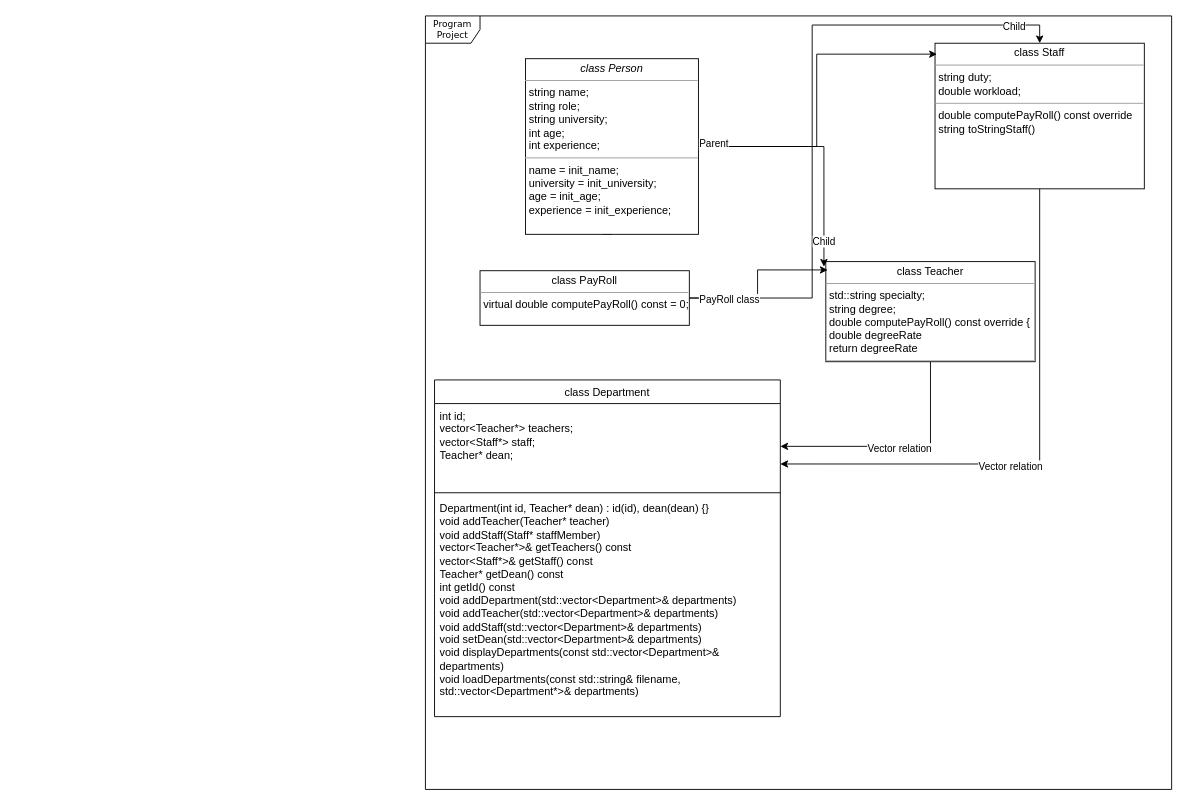
MonishKD/ProgramProject keeps this draw.io diagram as Untitled Diagram.drawio. Above is the earlier version. Source tidied: cells renumbered, new cells numbered last; positions are measured from the earlier drawing's top-left corner, leaving out a move shared by most shapes. Both pictures are drawn from the tidied source at 91%, with x=0, y=0 at pixel (425, 15).
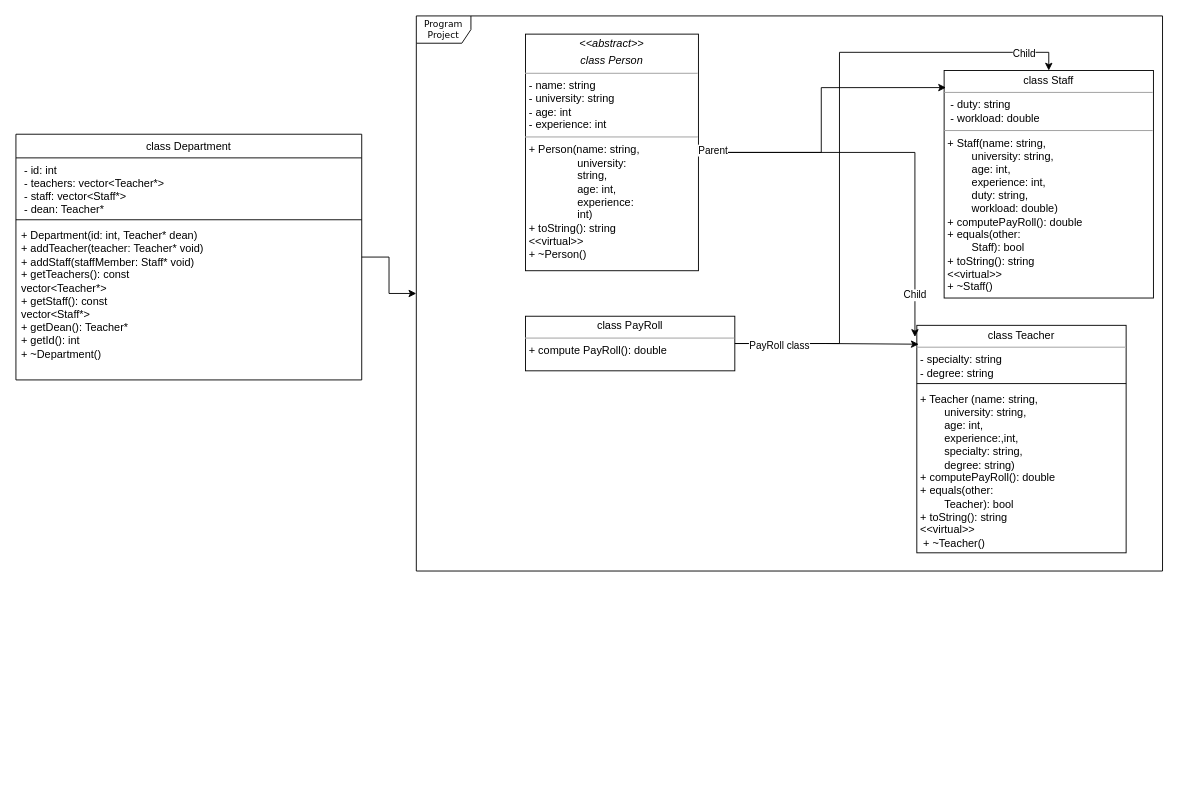
The same page after the edit.

Change to the diagram source:
```diff
@@
     <mxCell id="2" value="Program Project" style="shape=umlFrame;whiteSpace=wrap;html=1;rounded=0;shadow=0;comic=0;labelBackgroundColor=none;strokeWidth=1;fontFamily=Verdana;fontSize=10;align=center;" parent="1" vertex="1">
-      <mxGeometry width="820" height="850" as="geometry" />
+      <mxGeometry x="-10" width="820" height="610" as="geometry" />
     </mxCell>
-    <mxCell id="3" style="edgeStyle=orthogonalEdgeStyle;rounded=0;jettySize=auto;html=1;exitX=0.5;exitY=1;exitDx=0;exitDy=0;" parent="1" edge="1" source="4">
-      <mxGeometry relative="1" as="geometry">
-        <mxPoint x="195" y="210" as="targetPoint" />
-      </mxGeometry>
-    </mxCell>
-    <mxCell id="4" value="&lt;p style=&quot;margin:0px;margin-top:4px;text-align:center;&quot;&gt;&lt;i&gt;class Person&lt;/i&gt;&lt;/p&gt;&lt;hr size=&quot;1&quot;&gt;&lt;p style=&quot;margin:0px;margin-left:4px;&quot;&gt;string name;&amp;nbsp;&lt;/p&gt;&lt;p style=&quot;margin:0px;margin-left:4px;&quot;&gt;string role;&amp;nbsp;&lt;/p&gt;&lt;p style=&quot;margin:0px;margin-left:4px;&quot;&gt;string university;&amp;nbsp;&lt;/p&gt;&lt;p style=&quot;margin:0px;margin-left:4px;&quot;&gt;int age;&amp;nbsp;&lt;/p&gt;&lt;p style=&quot;margin:0px;margin-left:4px;&quot;&gt;int experience;&amp;nbsp;&lt;/p&gt;&lt;hr size=&quot;1&quot;&gt;&lt;p style=&quot;margin:0px;margin-left:4px;&quot;&gt;name = init_name;&amp;nbsp;&lt;/p&gt;&lt;p style=&quot;margin:0px;margin-left:4px;&quot;&gt;university = init_university;&amp;nbsp;&lt;/p&gt;&lt;p style=&quot;margin:0px;margin-left:4px;&quot;&gt;age = init_age;&amp;nbsp;&lt;/p&gt;&lt;p style=&quot;margin:0px;margin-left:4px;&quot;&gt;experience = init_experience;&amp;nbsp;&lt;/p&gt;" style="verticalAlign=top;align=left;overflow=fill;fontSize=12;fontFamily=Helvetica;html=1;rounded=0;shadow=0;comic=0;labelBackgroundColor=none;strokeWidth=1;" parent="1" vertex="1">
-      <mxGeometry x="110" y="47" width="190" height="193" as="geometry" />
+    <mxCell id="4" value="&lt;p style=&quot;margin:0px;margin-top:4px;text-align:center;&quot;&gt;&lt;i&gt;&amp;lt;&amp;lt;abstract&amp;gt;&amp;gt;&lt;/i&gt;&lt;/p&gt;&lt;p style=&quot;margin:0px;margin-top:4px;text-align:center;&quot;&gt;&lt;i&gt;class Person&lt;/i&gt;&lt;/p&gt;&lt;hr size=&quot;1&quot;&gt;&lt;p style=&quot;margin:0px;margin-left:4px;&quot;&gt;- name: string&lt;/p&gt;&lt;p style=&quot;margin:0px;margin-left:4px;&quot;&gt;- university: string&lt;/p&gt;&lt;p style=&quot;margin:0px;margin-left:4px;&quot;&gt;- age: int&lt;/p&gt;&lt;p style=&quot;margin:0px;margin-left:4px;&quot;&gt;- experience: int&lt;/p&gt;&lt;hr size=&quot;1&quot;&gt;&lt;p style=&quot;margin:0px;margin-left:4px;&quot;&gt;+ Person(name: string,&amp;nbsp;&lt;/p&gt;&lt;p style=&quot;margin:0px;margin-left:4px;&quot;&gt;&lt;span style=&quot;background-color: initial;&quot;&gt;&amp;nbsp; &amp;nbsp; &amp;nbsp; &amp;nbsp; &amp;nbsp; &amp;nbsp; &amp;nbsp; &amp;nbsp; university:&amp;nbsp; &amp;nbsp;&amp;nbsp;&lt;/span&gt;&lt;/p&gt;&lt;p style=&quot;margin:0px;margin-left:4px;&quot;&gt;&amp;nbsp; &amp;nbsp; &amp;nbsp; &amp;nbsp; &amp;nbsp; &amp;nbsp; &amp;nbsp; &amp;nbsp; string,&amp;nbsp; &amp;nbsp; &amp;nbsp; &amp;nbsp;&lt;/p&gt;&lt;p style=&quot;margin:0px;margin-left:4px;&quot;&gt;&amp;nbsp; &amp;nbsp; &amp;nbsp; &amp;nbsp; &amp;nbsp; &amp;nbsp; &amp;nbsp; &amp;nbsp; age: int,&amp;nbsp; &amp;nbsp; &amp;nbsp;&amp;nbsp;&lt;/p&gt;&lt;p style=&quot;margin:0px;margin-left:4px;&quot;&gt;&amp;nbsp; &amp;nbsp; &amp;nbsp; &amp;nbsp; &amp;nbsp; &amp;nbsp; &amp;nbsp; &amp;nbsp; experience:&amp;nbsp; &amp;nbsp;&amp;nbsp;&lt;/p&gt;&lt;p style=&quot;margin:0px;margin-left:4px;&quot;&gt;&amp;nbsp; &amp;nbsp; &amp;nbsp; &amp;nbsp; &amp;nbsp; &amp;nbsp; &amp;nbsp; &amp;nbsp; int)&amp;nbsp; &amp;nbsp; &amp;nbsp; &amp;nbsp; &amp;nbsp;&amp;nbsp;&lt;/p&gt;&lt;p style=&quot;margin:0px;margin-left:4px;&quot;&gt;+ toString(): string&amp;nbsp; &amp;nbsp;&lt;/p&gt;&lt;p style=&quot;margin:0px;margin-left:4px;&quot;&gt;&amp;lt;&amp;lt;virtual&amp;gt;&amp;gt;&amp;nbsp; &amp;nbsp; &amp;nbsp; &amp;nbsp; &amp;nbsp; &amp;nbsp; &amp;nbsp;&lt;/p&gt;&lt;p style=&quot;margin:0px;margin-left:4px;&quot;&gt;+ ~Person()&amp;nbsp; &amp;nbsp;&amp;nbsp;&lt;/p&gt;" style="verticalAlign=top;align=left;overflow=fill;fontSize=12;fontFamily=Helvetica;html=1;rounded=0;shadow=0;comic=0;labelBackgroundColor=none;strokeWidth=1;" parent="1" vertex="1">
+      <mxGeometry x="110" y="20" width="190" height="260" as="geometry" />
     </mxCell>
-    <mxCell id="5" style="edgeStyle=orthogonalEdgeStyle;rounded=0;jettySize=auto;html=1;" parent="1" edge="1" source="7" target="19">
-      <mxGeometry relative="1" as="geometry" />
-    </mxCell>
-    <mxCell id="6" value="Vector relation" style="edgeLabel;html=1;align=center;verticalAlign=middle;" parent="5" vertex="1">
-      <mxGeometry x="-0.01" y="2" relative="1" as="geometry" />
-    </mxCell>
-    <mxCell id="7" value="&lt;p style=&quot;margin:0px;margin-top:4px;text-align:center;&quot;&gt;class Teacher&lt;/p&gt;&lt;hr size=&quot;1&quot;&gt;&lt;p style=&quot;margin:0px;margin-left:4px;&quot;&gt;std::string specialty;&lt;/p&gt;&lt;p style=&quot;margin:0px;margin-left:4px;&quot;&gt;string degree;&lt;/p&gt;&lt;p style=&quot;margin:0px;margin-left:4px;&quot;&gt;double computePayRoll() const override {&lt;br&gt;&lt;/p&gt;&lt;p style=&quot;margin:0px;margin-left:4px;&quot;&gt;double degreeRate&lt;br&gt;&lt;/p&gt;&lt;p style=&quot;margin:0px;margin-left:4px;&quot;&gt;return degreeRate&lt;/p&gt;&lt;hr size=&quot;1&quot;&gt;&lt;p style=&quot;margin:0px;margin-left:4px;&quot;&gt;&lt;br&gt;&lt;/p&gt;" style="verticalAlign=top;align=left;overflow=fill;fontSize=12;fontFamily=Helvetica;html=1;rounded=0;shadow=0;comic=0;labelBackgroundColor=none;strokeWidth=1;" parent="1" vertex="1">
-      <mxGeometry x="440" y="270" width="230" height="110" as="geometry" />
+    <mxCell id="7" value="&lt;p style=&quot;margin:0px;margin-top:4px;text-align:center;&quot;&gt;class Teacher&lt;/p&gt;&lt;hr size=&quot;1&quot;&gt;&lt;p style=&quot;margin:0px;margin-left:4px;&quot;&gt;&lt;/p&gt;&lt;p style=&quot;margin:0px;margin-left:4px;&quot;&gt;&lt;span style=&quot;background-color: initial;&quot;&gt;- specialty:&amp;nbsp;&lt;/span&gt;&lt;span style=&quot;background-color: initial;&quot;&gt;string&amp;nbsp; &amp;nbsp;&lt;/span&gt;&lt;br&gt;&lt;/p&gt;&lt;p style=&quot;margin:0px;margin-left:4px;&quot;&gt;- degree:&amp;nbsp;&lt;span style=&quot;background-color: initial;&quot;&gt;string&amp;nbsp;&amp;nbsp;&lt;/span&gt;&lt;/p&gt;&lt;p style=&quot;margin:0px;margin-left:4px;&quot;&gt;&lt;span style=&quot;background-color: initial;&quot;&gt;&lt;br&gt;&lt;/span&gt;&lt;/p&gt;&lt;p style=&quot;margin:0px;margin-left:4px;&quot;&gt;+ Teacher (name:&amp;nbsp;&lt;span style=&quot;background-color: initial;&quot;&gt;string,&amp;nbsp;&lt;/span&gt;&lt;/p&gt;&lt;p style=&quot;margin:0px;margin-left:4px;&quot;&gt;&lt;span style=&quot;background-color: initial;&quot;&gt;&lt;span style=&quot;white-space: pre;&quot;&gt;&#9;&lt;/span&gt;university:&amp;nbsp;&lt;/span&gt;&lt;span style=&quot;background-color: initial;&quot;&gt;string,&amp;nbsp;&amp;nbsp;&lt;/span&gt;&lt;/p&gt;&lt;p style=&quot;margin:0px;margin-left:4px;&quot;&gt;&lt;span style=&quot;white-space: pre;&quot;&gt;&#9;&lt;/span&gt;age: int,&amp;nbsp; &amp;nbsp; &amp;nbsp;&lt;/p&gt;&lt;p style=&quot;margin:0px;margin-left:4px;&quot;&gt;&lt;span style=&quot;background-color: initial;&quot;&gt;&lt;span style=&quot;white-space: pre;&quot;&gt;&#9;&lt;/span&gt;experience:,&lt;/span&gt;&lt;span style=&quot;background-color: initial;&quot;&gt;int,&amp;nbsp; &amp;nbsp; &amp;nbsp; &amp;nbsp;&lt;/span&gt;&lt;/p&gt;&lt;p style=&quot;margin:0px;margin-left:4px;&quot;&gt;&lt;span style=&quot;background-color: initial;&quot;&gt;&lt;span style=&quot;white-space: pre;&quot;&gt;&#9;&lt;/span&gt;specialty:&lt;/span&gt;&lt;span style=&quot;background-color: initial;&quot;&gt;&amp;nbsp;string,&amp;nbsp;&lt;/span&gt;&lt;/p&gt;&lt;p style=&quot;margin:0px;margin-left:4px;&quot;&gt;&lt;span style=&quot;white-space: pre;&quot;&gt;&#9;&lt;/span&gt;degree:&amp;nbsp;&lt;span style=&quot;background-color: initial;&quot;&gt;string)&amp;nbsp; &amp;nbsp; &amp;nbsp;&amp;nbsp;&lt;/span&gt;&lt;/p&gt;&lt;p style=&quot;margin:0px;margin-left:4px;&quot;&gt;+ computePayRoll():&amp;nbsp;&lt;span style=&quot;background-color: initial;&quot;&gt;double&amp;nbsp;&lt;/span&gt;&lt;/p&gt;&lt;p style=&quot;margin:0px;margin-left:4px;&quot;&gt;+ equals(other:&amp;nbsp;&amp;nbsp;&lt;/p&gt;&lt;p style=&quot;margin:0px;margin-left:4px;&quot;&gt;&lt;span style=&quot;background-color: initial;&quot;&gt;&lt;span style=&quot;white-space: pre;&quot;&gt;&#9;&lt;/span&gt;Teacher):&lt;/span&gt;&lt;span style=&quot;background-color: initial;&quot;&gt;&amp;nbsp;bool&amp;nbsp; &amp;nbsp;&lt;/span&gt;&lt;/p&gt;&lt;p style=&quot;margin:0px;margin-left:4px;&quot;&gt;+ toString(): string&amp;nbsp; &amp;nbsp;&lt;/p&gt;&lt;p style=&quot;margin:0px;margin-left:4px;&quot;&gt;&lt;span style=&quot;background-color: initial;&quot;&gt;&amp;lt;&amp;lt;virtual&amp;gt;&amp;gt;&amp;nbsp; &amp;nbsp; &amp;nbsp; &amp;nbsp; &amp;nbsp; &amp;nbsp;&amp;nbsp;&lt;/span&gt;&lt;/p&gt;&lt;p style=&quot;margin:0px;margin-left:4px;&quot;&gt;&lt;span style=&quot;background-color: initial;&quot;&gt;&amp;nbsp;+ ~Teacher()&amp;nbsp;&lt;/span&gt;&lt;/p&gt;" style="verticalAlign=top;align=left;overflow=fill;fontSize=12;fontFamily=Helvetica;html=1;rounded=0;shadow=0;comic=0;labelBackgroundColor=none;strokeWidth=1;" parent="1" vertex="1">
+      <mxGeometry x="540" y="340" width="230" height="250" as="geometry" />
     </mxCell>
@@
-    <mxCell id="10" value="&lt;p style=&quot;margin:0px;margin-top:4px;text-align:center;&quot;&gt;class PayRoll&lt;/p&gt;&lt;hr size=&quot;1&quot;&gt;&lt;p style=&quot;margin:0px;margin-left:4px;&quot;&gt;virtual double computePayRoll() const = 0;&lt;br&gt;&lt;/p&gt;&lt;p style=&quot;margin:0px;margin-left:4px;&quot;&gt;&lt;br&gt;&lt;/p&gt;" style="verticalAlign=top;align=left;overflow=fill;fontSize=12;fontFamily=Helvetica;html=1;rounded=0;shadow=0;comic=0;labelBackgroundColor=none;strokeWidth=1;" parent="1" vertex="1">
-      <mxGeometry x="60" y="280" width="230" height="60" as="geometry" />
+    <mxCell id="10" value="&lt;p style=&quot;margin:0px;margin-top:4px;text-align:center;&quot;&gt;class PayRoll&lt;/p&gt;&lt;hr size=&quot;1&quot;&gt;&lt;p style=&quot;margin:0px;margin-left:4px;&quot;&gt;+ compute PayRoll(): double&lt;/p&gt;" style="verticalAlign=top;align=left;overflow=fill;fontSize=12;fontFamily=Helvetica;html=1;rounded=0;shadow=0;comic=0;labelBackgroundColor=none;strokeWidth=1;" parent="1" vertex="1">
+      <mxGeometry x="110" y="330" width="230" height="60" as="geometry" />
     </mxCell>
-    <mxCell id="11" value="&lt;p style=&quot;margin:0px;margin-top:4px;text-align:center;&quot;&gt;class Staff&lt;/p&gt;&lt;hr size=&quot;1&quot;&gt;&lt;p style=&quot;margin:0px;margin-left:4px;&quot;&gt;string duty;&lt;/p&gt;&lt;p style=&quot;margin:0px;margin-left:4px;&quot;&gt;double workload;&lt;/p&gt;&lt;hr size=&quot;1&quot;&gt;&lt;p style=&quot;margin:0px;margin-left:4px;&quot;&gt;double computePayRoll() const override&lt;br&gt;&lt;/p&gt;&lt;p style=&quot;margin:0px;margin-left:4px;&quot;&gt;string toStringStaff()&lt;br&gt;&lt;/p&gt;&lt;p style=&quot;margin:0px;margin-left:4px;&quot;&gt;&lt;br&gt;&lt;/p&gt;" style="verticalAlign=top;align=left;overflow=fill;fontSize=12;fontFamily=Helvetica;html=1;rounded=0;shadow=0;comic=0;labelBackgroundColor=none;strokeWidth=1;" parent="1" vertex="1">
-      <mxGeometry x="560" y="30" width="230" height="160" as="geometry" />
+    <mxCell id="11" value="&lt;p style=&quot;margin:0px;margin-top:4px;text-align:center;&quot;&gt;class Staff&lt;/p&gt;&lt;hr size=&quot;1&quot;&gt;&lt;p style=&quot;margin:0px;margin-left:4px;&quot;&gt;&amp;nbsp;- duty: string&lt;/p&gt;&lt;p style=&quot;margin:0px;margin-left:4px;&quot;&gt;&amp;nbsp;- workload: double&lt;/p&gt;&lt;hr size=&quot;1&quot;&gt;&lt;p style=&quot;margin:0px;margin-left:4px;&quot;&gt;+ Staff(name: string,&lt;/p&gt;&lt;p style=&quot;margin:0px;margin-left:4px;&quot;&gt;&amp;nbsp;&lt;span style=&quot;white-space: pre;&quot;&gt;&#9;&lt;/span&gt;university:&amp;nbsp;&lt;span style=&quot;background-color: initial;&quot;&gt;string,&amp;nbsp;&lt;/span&gt;&lt;/p&gt;&lt;p style=&quot;margin:0px;margin-left:4px;&quot;&gt;&lt;span style=&quot;white-space: pre;&quot;&gt;&#9;&lt;/span&gt;age: int,&amp;nbsp; &amp;nbsp; &amp;nbsp;&lt;/p&gt;&lt;p style=&quot;margin:0px;margin-left:4px;&quot;&gt;&amp;nbsp; &amp;nbsp; &amp;nbsp; &amp;nbsp; experience: i&lt;span style=&quot;background-color: initial;&quot;&gt;nt,&amp;nbsp;&lt;/span&gt;&lt;/p&gt;&lt;p style=&quot;margin:0px;margin-left:4px;&quot;&gt;&lt;span style=&quot;background-color: initial;&quot;&gt;&lt;span style=&quot;white-space: pre;&quot;&gt;&#9;&lt;/span&gt;duty: string,&amp;nbsp; &amp;nbsp; &amp;nbsp; &amp;nbsp;&lt;/span&gt;&lt;/p&gt;&lt;p style=&quot;margin:0px;margin-left:4px;&quot;&gt;&amp;nbsp; &amp;nbsp; &amp;nbsp; &amp;nbsp; workload:&amp;nbsp;&lt;span style=&quot;background-color: initial;&quot;&gt;double)&amp;nbsp; &amp;nbsp; &amp;nbsp;&amp;nbsp;&lt;/span&gt;&lt;/p&gt;&lt;p style=&quot;margin:0px;margin-left:4px;&quot;&gt;+ computePayRoll():&amp;nbsp;&lt;span style=&quot;background-color: initial;&quot;&gt;double&amp;nbsp; &amp;nbsp; &amp;nbsp;&amp;nbsp;&lt;/span&gt;&lt;/p&gt;&lt;p style=&quot;margin:0px;margin-left:4px;&quot;&gt;+ equals(other:&amp;nbsp; &amp;nbsp;&amp;nbsp;&lt;/p&gt;&lt;p style=&quot;margin:0px;margin-left:4px;&quot;&gt;&lt;span style=&quot;white-space: pre;&quot;&gt;&#9;&lt;/span&gt;Staff): bool&amp;nbsp;&lt;/p&gt;&lt;p style=&quot;margin:0px;margin-left:4px;&quot;&gt;+ toString(): string&lt;/p&gt;&lt;p style=&quot;margin:0px;margin-left:4px;&quot;&gt;&amp;lt;&amp;lt;virtual&amp;gt;&amp;gt;&amp;nbsp; &amp;nbsp; &amp;nbsp; &amp;nbsp;&amp;nbsp;&lt;/p&gt;&lt;p style=&quot;margin:0px;margin-left:4px;&quot;&gt;+ ~Staff()&amp;nbsp; &amp;nbsp;&amp;nbsp;&lt;/p&gt;&lt;p style=&quot;margin:0px;margin-left:4px;&quot;&gt;&lt;br&gt;&lt;/p&gt;" style="verticalAlign=top;align=left;overflow=fill;fontSize=12;fontFamily=Helvetica;html=1;rounded=0;shadow=0;comic=0;labelBackgroundColor=none;strokeWidth=1;" parent="1" vertex="1">
+      <mxGeometry x="570" y="60" width="230" height="250" as="geometry" />
     </mxCell>
@@
+    <mxCell id="24" style="edgeStyle=orthogonalEdgeStyle;rounded=0;jettySize=auto;html=1;" parent="1" edge="1" source="18" target="2">
+      <mxGeometry relative="1" as="geometry" />
+    </mxCell>
     <mxCell id="18" value="&lt;span style=&quot;font-weight: 400;&quot;&gt;class Department&lt;/span&gt;" style="swimlane;fontStyle=1;align=center;verticalAlign=top;horizontal=1;startSize=26;whiteSpace=wrap;html=1;" parent="1" vertex="1">
-      <mxGeometry x="10" y="400" width="380" height="370" as="geometry" />
+      <mxGeometry x="-450" y="130" width="380" height="270" as="geometry" />
     </mxCell>
-    <mxCell id="19" value="&lt;div&gt;int id;&lt;/div&gt;&lt;div&gt;vector&amp;lt;Teacher*&amp;gt; teachers;&lt;/div&gt;&lt;div&gt;vector&amp;lt;Staff*&amp;gt; staff;&lt;/div&gt;&lt;div&gt;Teacher* dean;&lt;/div&gt;&lt;div&gt;&lt;br&gt;&lt;/div&gt;" style="text;strokeColor=none;fillColor=none;align=left;verticalAlign=top;spacingLeft=4;spacingRight=4;overflow=hidden;points=[[0,0.5],[1,0.5]];portConstraint=eastwest;whiteSpace=wrap;html=1;" parent="18" vertex="1">
-      <mxGeometry y="26" width="380" height="94" as="geometry" />
+    <mxCell id="19" value="&amp;nbsp;- id: int&lt;div&gt;&amp;nbsp;- teachers: vector&amp;lt;Teacher*&amp;gt;&lt;/div&gt;&lt;div&gt;&amp;nbsp;- staff: vector&amp;lt;Staff*&amp;gt;&lt;/div&gt;&lt;div&gt;&amp;nbsp;- dean: Teacher*&lt;/div&gt;" style="text;strokeColor=none;fillColor=none;align=left;verticalAlign=top;spacingLeft=4;spacingRight=4;overflow=hidden;points=[[0,0.5],[1,0.5]];portConstraint=eastwest;whiteSpace=wrap;html=1;" parent="18" vertex="1">
+      <mxGeometry y="26" width="380" height="64" as="geometry" />
     </mxCell>
     <mxCell id="20" style="line;strokeWidth=1;fillColor=none;align=left;verticalAlign=middle;spacingTop=-1;spacingLeft=3;spacingRight=3;labelPosition=right;strokeColor=inherit;" parent="18" vertex="1">
-      <mxGeometry y="120" width="380" height="8" as="geometry" />
+      <mxGeometry y="90" width="380" height="8" as="geometry" />
     </mxCell>
-    <mxCell id="21" value="Department(int id, Teacher* dean) : id(id), dean(dean) {}&lt;div&gt;void addTeacher(Teacher* teacher)&lt;br&gt;&lt;/div&gt;&lt;div&gt;void addStaff(Staff* staffMember)&lt;br&gt;&lt;/div&gt;&lt;div&gt;vector&amp;lt;Teacher*&amp;gt;&amp;amp; getTeachers() const&lt;br&gt;&lt;/div&gt;&lt;div&gt;vector&amp;lt;Staff*&amp;gt;&amp;amp; getStaff() const&lt;br&gt;&lt;/div&gt;&lt;div&gt;Teacher* getDean() const&lt;br&gt;&lt;/div&gt;&lt;div&gt;int getId() const&lt;br&gt;&lt;/div&gt;&lt;div&gt;void addDepartment(std::vector&amp;lt;Department&amp;gt;&amp;amp; departments)&lt;br&gt;&lt;/div&gt;&lt;div&gt;void addTeacher(std::vector&amp;lt;Department&amp;gt;&amp;amp; departments)&lt;br&gt;&lt;/div&gt;&lt;div&gt;void addStaff(std::vector&amp;lt;Department&amp;gt;&amp;amp; departments)&lt;br&gt;&lt;/div&gt;&lt;div&gt;void setDean(std::vector&amp;lt;Department&amp;gt;&amp;amp; departments)&lt;br&gt;&lt;/div&gt;&lt;div&gt;void displayDepartments(const std::vector&amp;lt;Department&amp;gt;&amp;amp; departments)&lt;br&gt;&lt;/div&gt;&lt;div&gt;void loadDepartments(const std::string&amp;amp; filename, std::vector&amp;lt;Department*&amp;gt;&amp;amp; departments)&lt;br&gt;&lt;/div&gt;&lt;div&gt;&lt;br&gt;&lt;/div&gt;&lt;div&gt;&lt;br&gt;&lt;/div&gt;&lt;div&gt;&lt;br&gt;&lt;/div&gt;" style="text;strokeColor=none;fillColor=none;align=left;verticalAlign=top;spacingLeft=4;spacingRight=4;overflow=hidden;whiteSpace=wrap;html=1;" parent="18" vertex="1">
-      <mxGeometry y="128" width="380" height="242" as="geometry" />
+    <mxCell id="21" value="&lt;div&gt;+ Department(id: int,&amp;nbsp;&lt;span style=&quot;background-color: initial;&quot;&gt;Teacher*&amp;nbsp;&lt;/span&gt;&lt;span style=&quot;background-color: initial;&quot;&gt;dean)&amp;nbsp;&amp;nbsp;&lt;/span&gt;&lt;/div&gt;&lt;div&gt;+ addTeacher(teacher:&amp;nbsp;&lt;span style=&quot;background-color: initial;&quot;&gt;Teacher*&amp;nbsp;&lt;/span&gt;&lt;span style=&quot;background-color: initial;&quot;&gt;void)&amp;nbsp;&amp;nbsp;&lt;/span&gt;&lt;/div&gt;&lt;div&gt;+ addStaff(staffMember:&amp;nbsp;&lt;span style=&quot;background-color: initial;&quot;&gt;Staff*&lt;/span&gt;&lt;span style=&quot;background-color: initial;&quot;&gt;&amp;nbsp;void)&lt;/span&gt;&lt;/div&gt;&lt;div&gt;+ getTeachers():&amp;nbsp;&lt;span style=&quot;background-color: initial;&quot;&gt;const&lt;/span&gt;&lt;/div&gt;&lt;div&gt;vector&amp;lt;Teacher*&amp;gt;&lt;/div&gt;&lt;div&gt;&lt;span style=&quot;background-color: initial;&quot;&gt;+ getStaff():&amp;nbsp;&lt;/span&gt;&lt;span style=&quot;background-color: initial;&quot;&gt;const&lt;/span&gt;&lt;/div&gt;&lt;div&gt;vector&amp;lt;Staff*&amp;gt;&amp;nbsp;&lt;/div&gt;&lt;div&gt;&lt;span style=&quot;background-color: initial;&quot;&gt;+ getDean():&amp;nbsp;&lt;/span&gt;&lt;span style=&quot;background-color: initial;&quot;&gt;Teacher*&lt;/span&gt;&lt;/div&gt;&lt;div&gt;&lt;span style=&quot;background-color: initial;&quot;&gt;+ getId():&amp;nbsp;&lt;/span&gt;&lt;span style=&quot;background-color: initial;&quot;&gt;int&amp;nbsp;&amp;nbsp;&lt;/span&gt;&lt;/div&gt;&lt;div&gt;+ ~Department()&amp;nbsp;&lt;br&gt;&lt;/div&gt;" style="text;strokeColor=none;fillColor=none;align=left;verticalAlign=top;spacingLeft=4;spacingRight=4;overflow=hidden;whiteSpace=wrap;html=1;" parent="18" vertex="1">
+      <mxGeometry y="98" width="380" height="172" as="geometry" />
     </mxCell>
-    <mxCell id="22" style="edgeStyle=orthogonalEdgeStyle;rounded=0;jettySize=auto;html=1;entryX=1;entryY=0.706;entryDx=0;entryDy=0;entryPerimeter=0;" parent="1" edge="1" source="11" target="19">
-      <mxGeometry relative="1" as="geometry" />
-    </mxCell>
-    <mxCell id="23" value="Vector relation" style="edgeLabel;html=1;align=center;verticalAlign=middle;" parent="22" vertex="1">
-      <mxGeometry x="0.14" y="2" relative="1" as="geometry" />
-    </mxCell>
+    <mxCell id="25" style="line;strokeWidth=1;fillColor=none;align=left;verticalAlign=middle;spacingTop=-1;spacingLeft=3;spacingRight=3;labelPosition=right;strokeColor=inherit;" parent="1" vertex="1">
+      <mxGeometry x="540" y="400" width="230" height="8" as="geometry" />
+    </mxCell>
```
